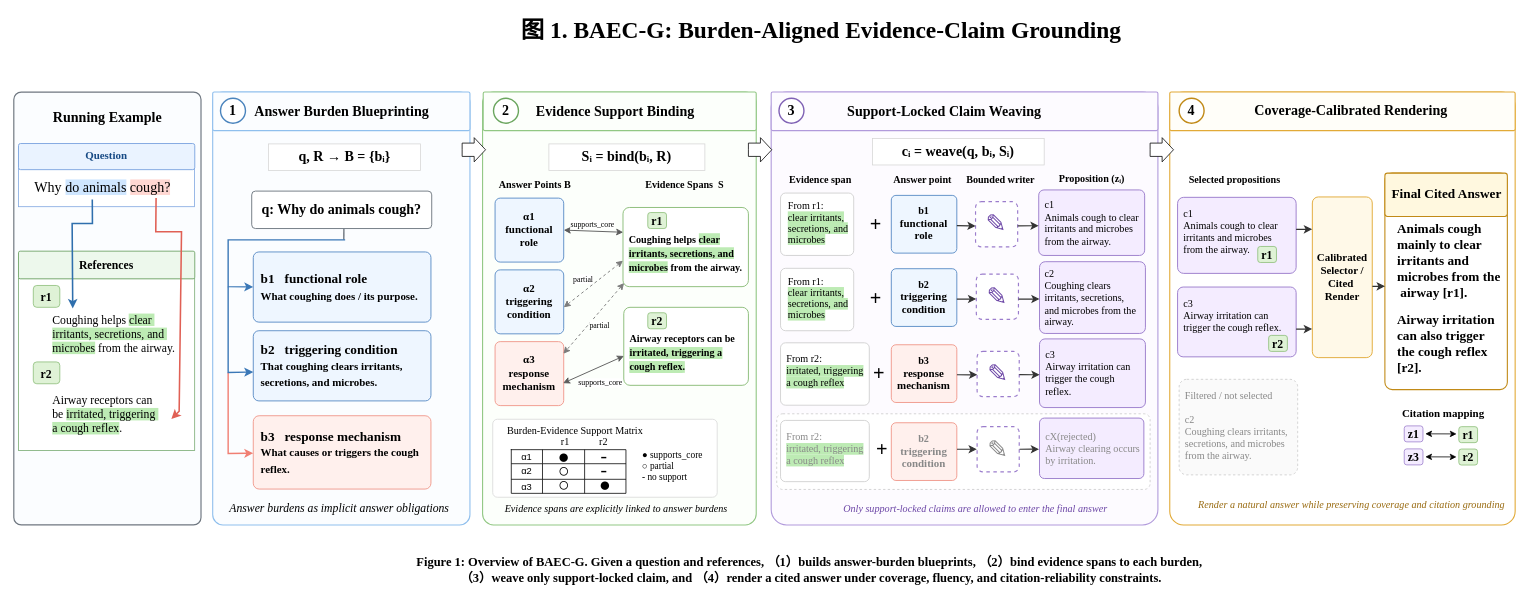
The draw.io diagram page "图1 逻辑框架图" (1 of 6) of 260814小论文逻辑框架图.drawio in handsome-tony/picture, before the edit. Source tidied: cells renumbered, new cells numbered last; positions are measured from the earlier drawing's top-left corner, leaving out a move shared by most shapes. Both pictures are drawn from the tidied source at 78%, with x=0, y=0 at pixel (13, 13).
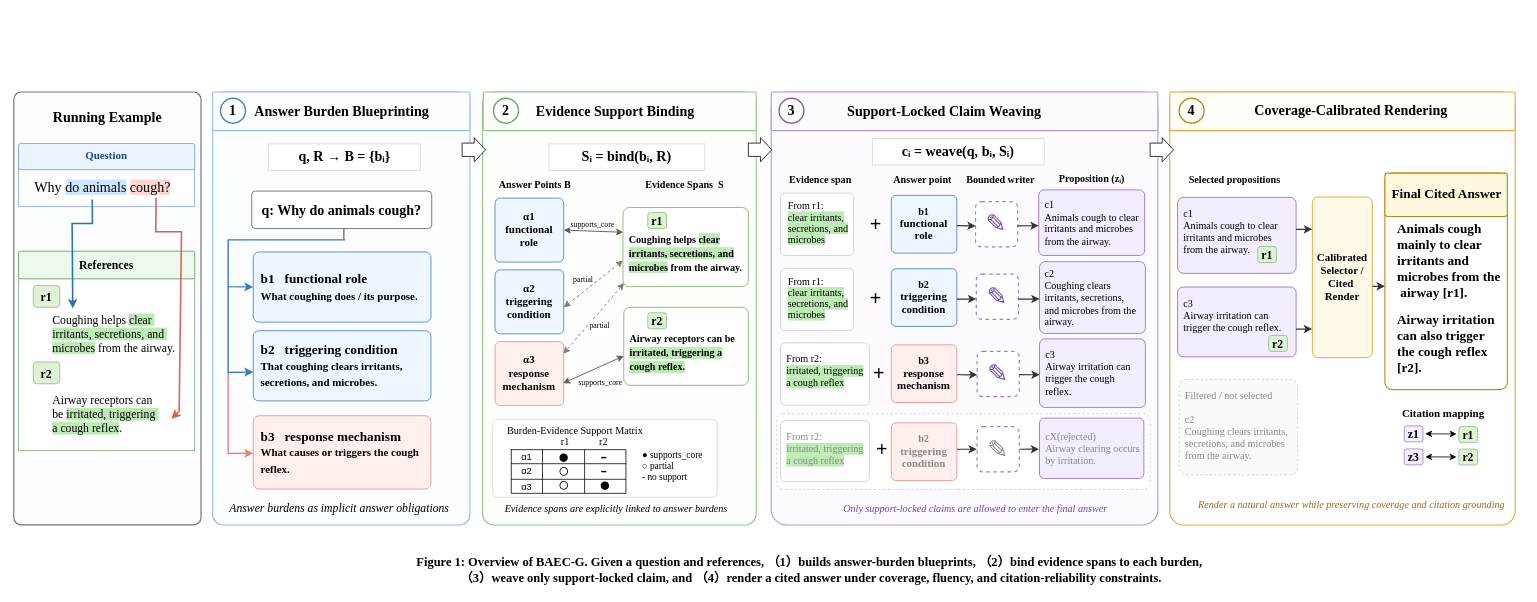
After the change.

Commit message:
更新260814小论文逻辑框架图.drawio

Change to the diagram source:
```diff
@@
-    <mxCell id="12" value="图 1. BAEC-G: Burden-Aligned Evidence-Claim Grounding" style="text;html=1;strokeColor=none;fillColor=none;align=center;verticalAlign=middle;fontFamily=Times New Roman;fontSize=30;fontStyle=1;" parent="1" vertex="1">
-      <mxGeometry x="475" width="1120" height="42" as="geometry" />
-    </mxCell>
```
